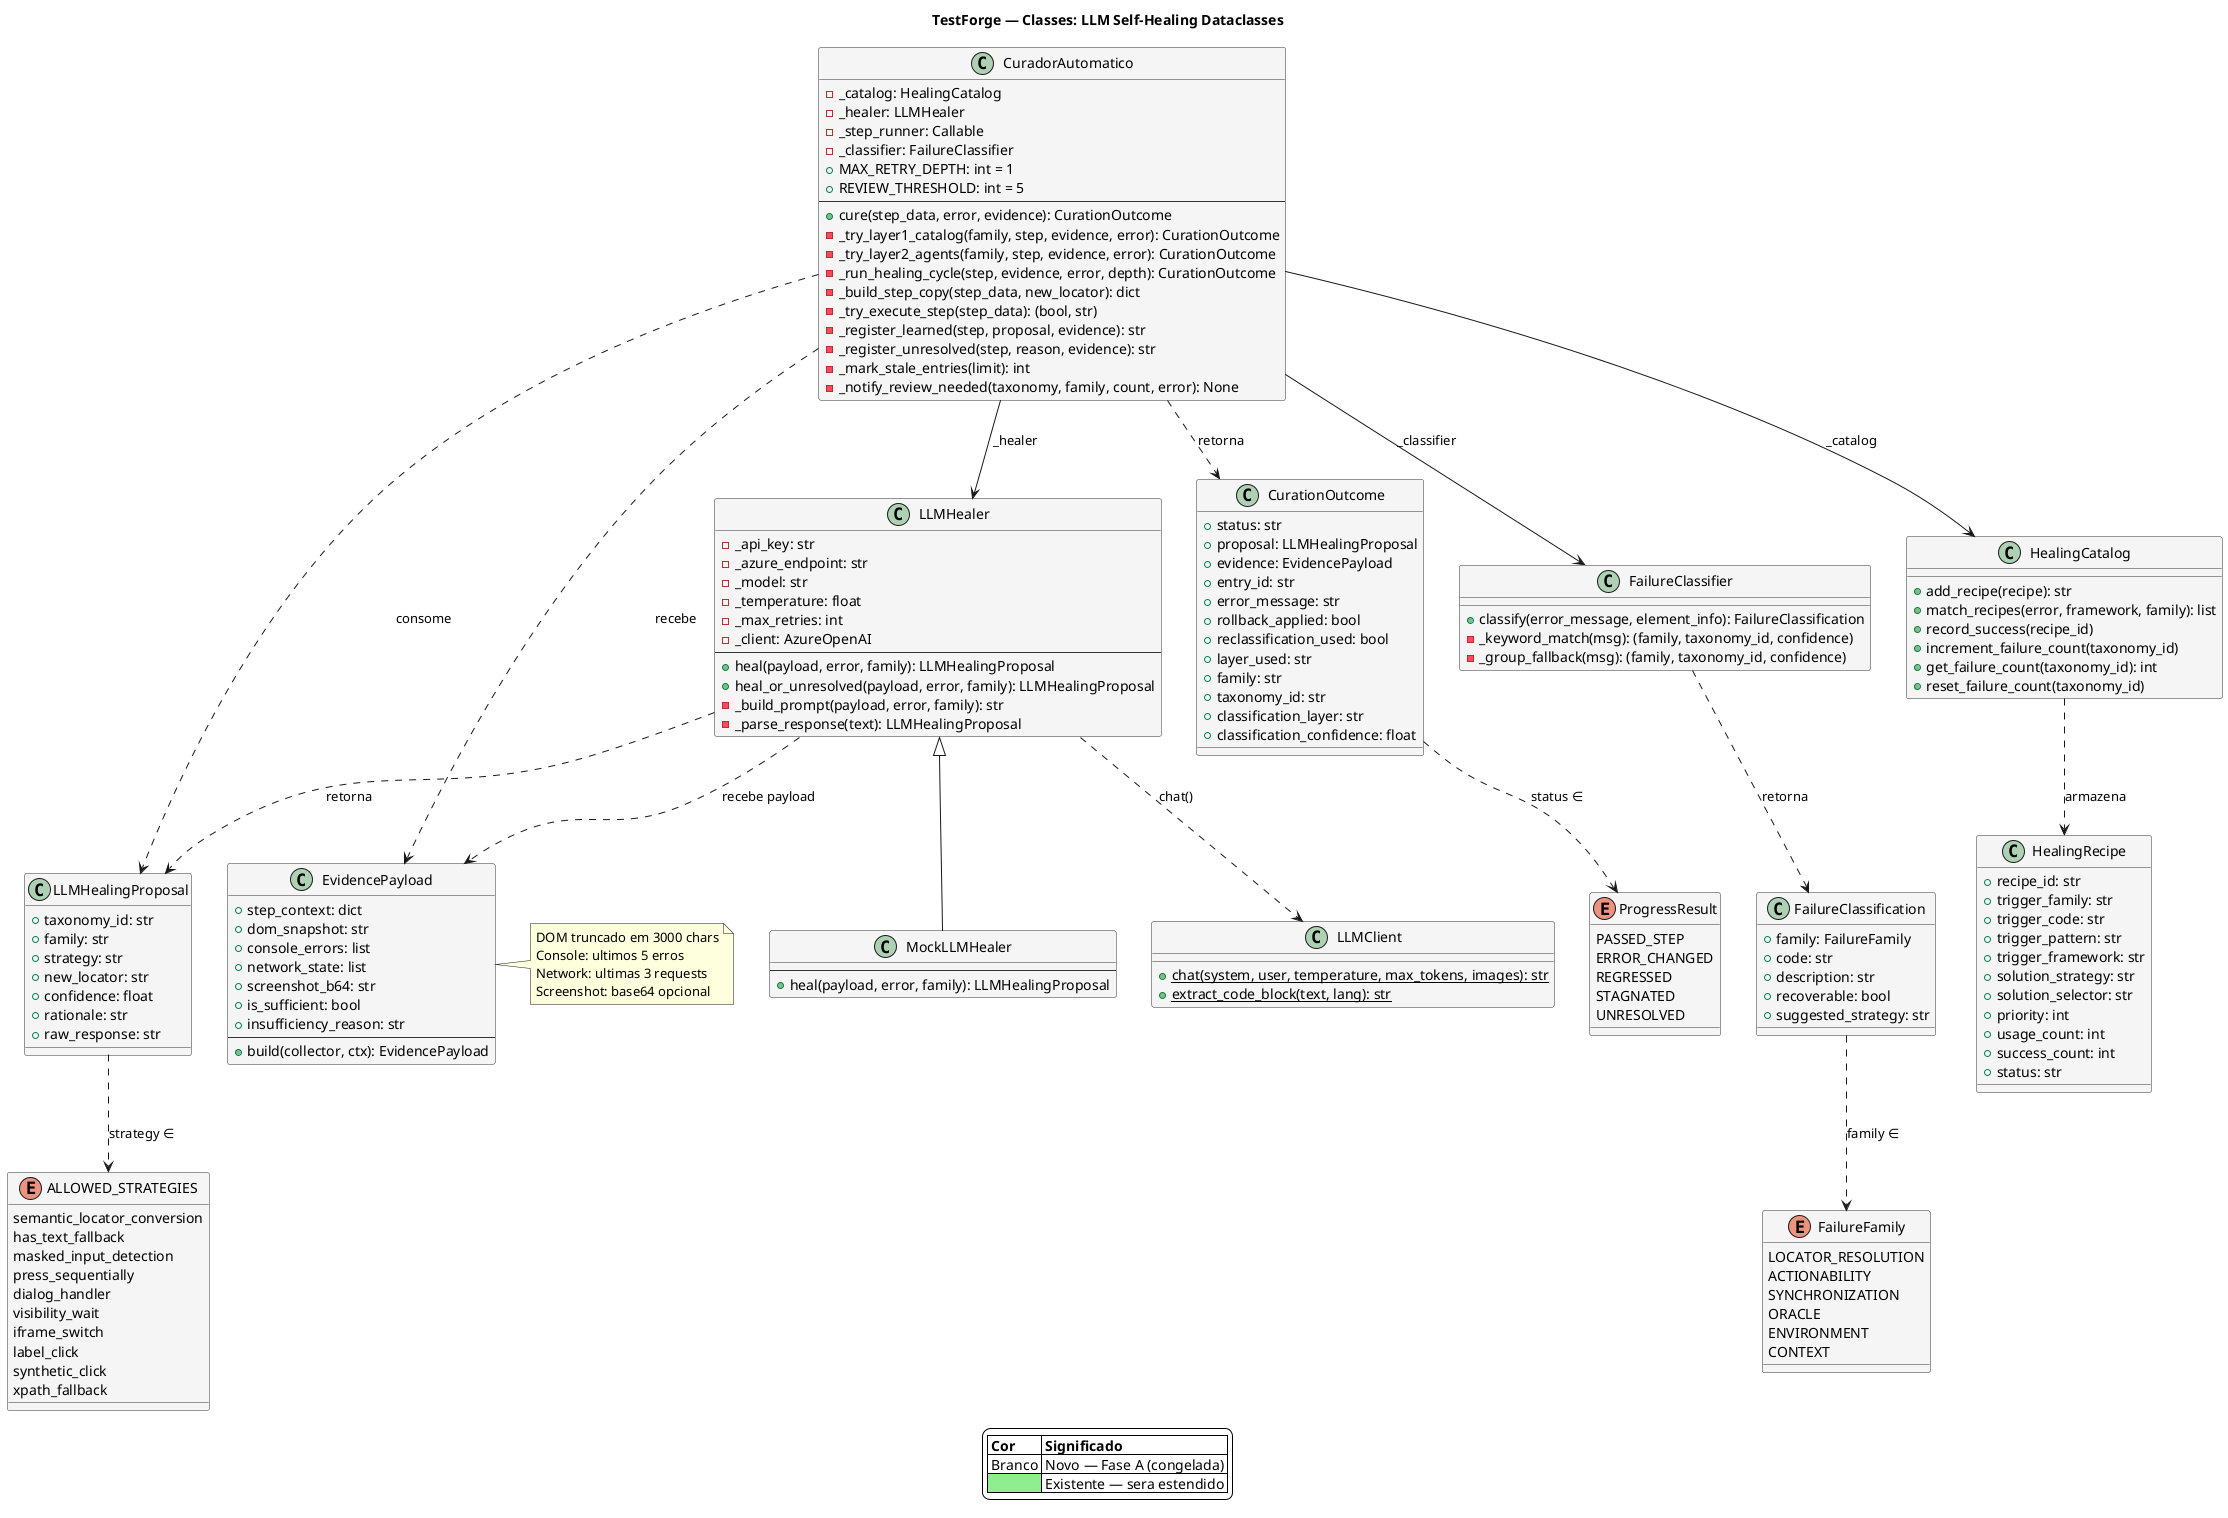
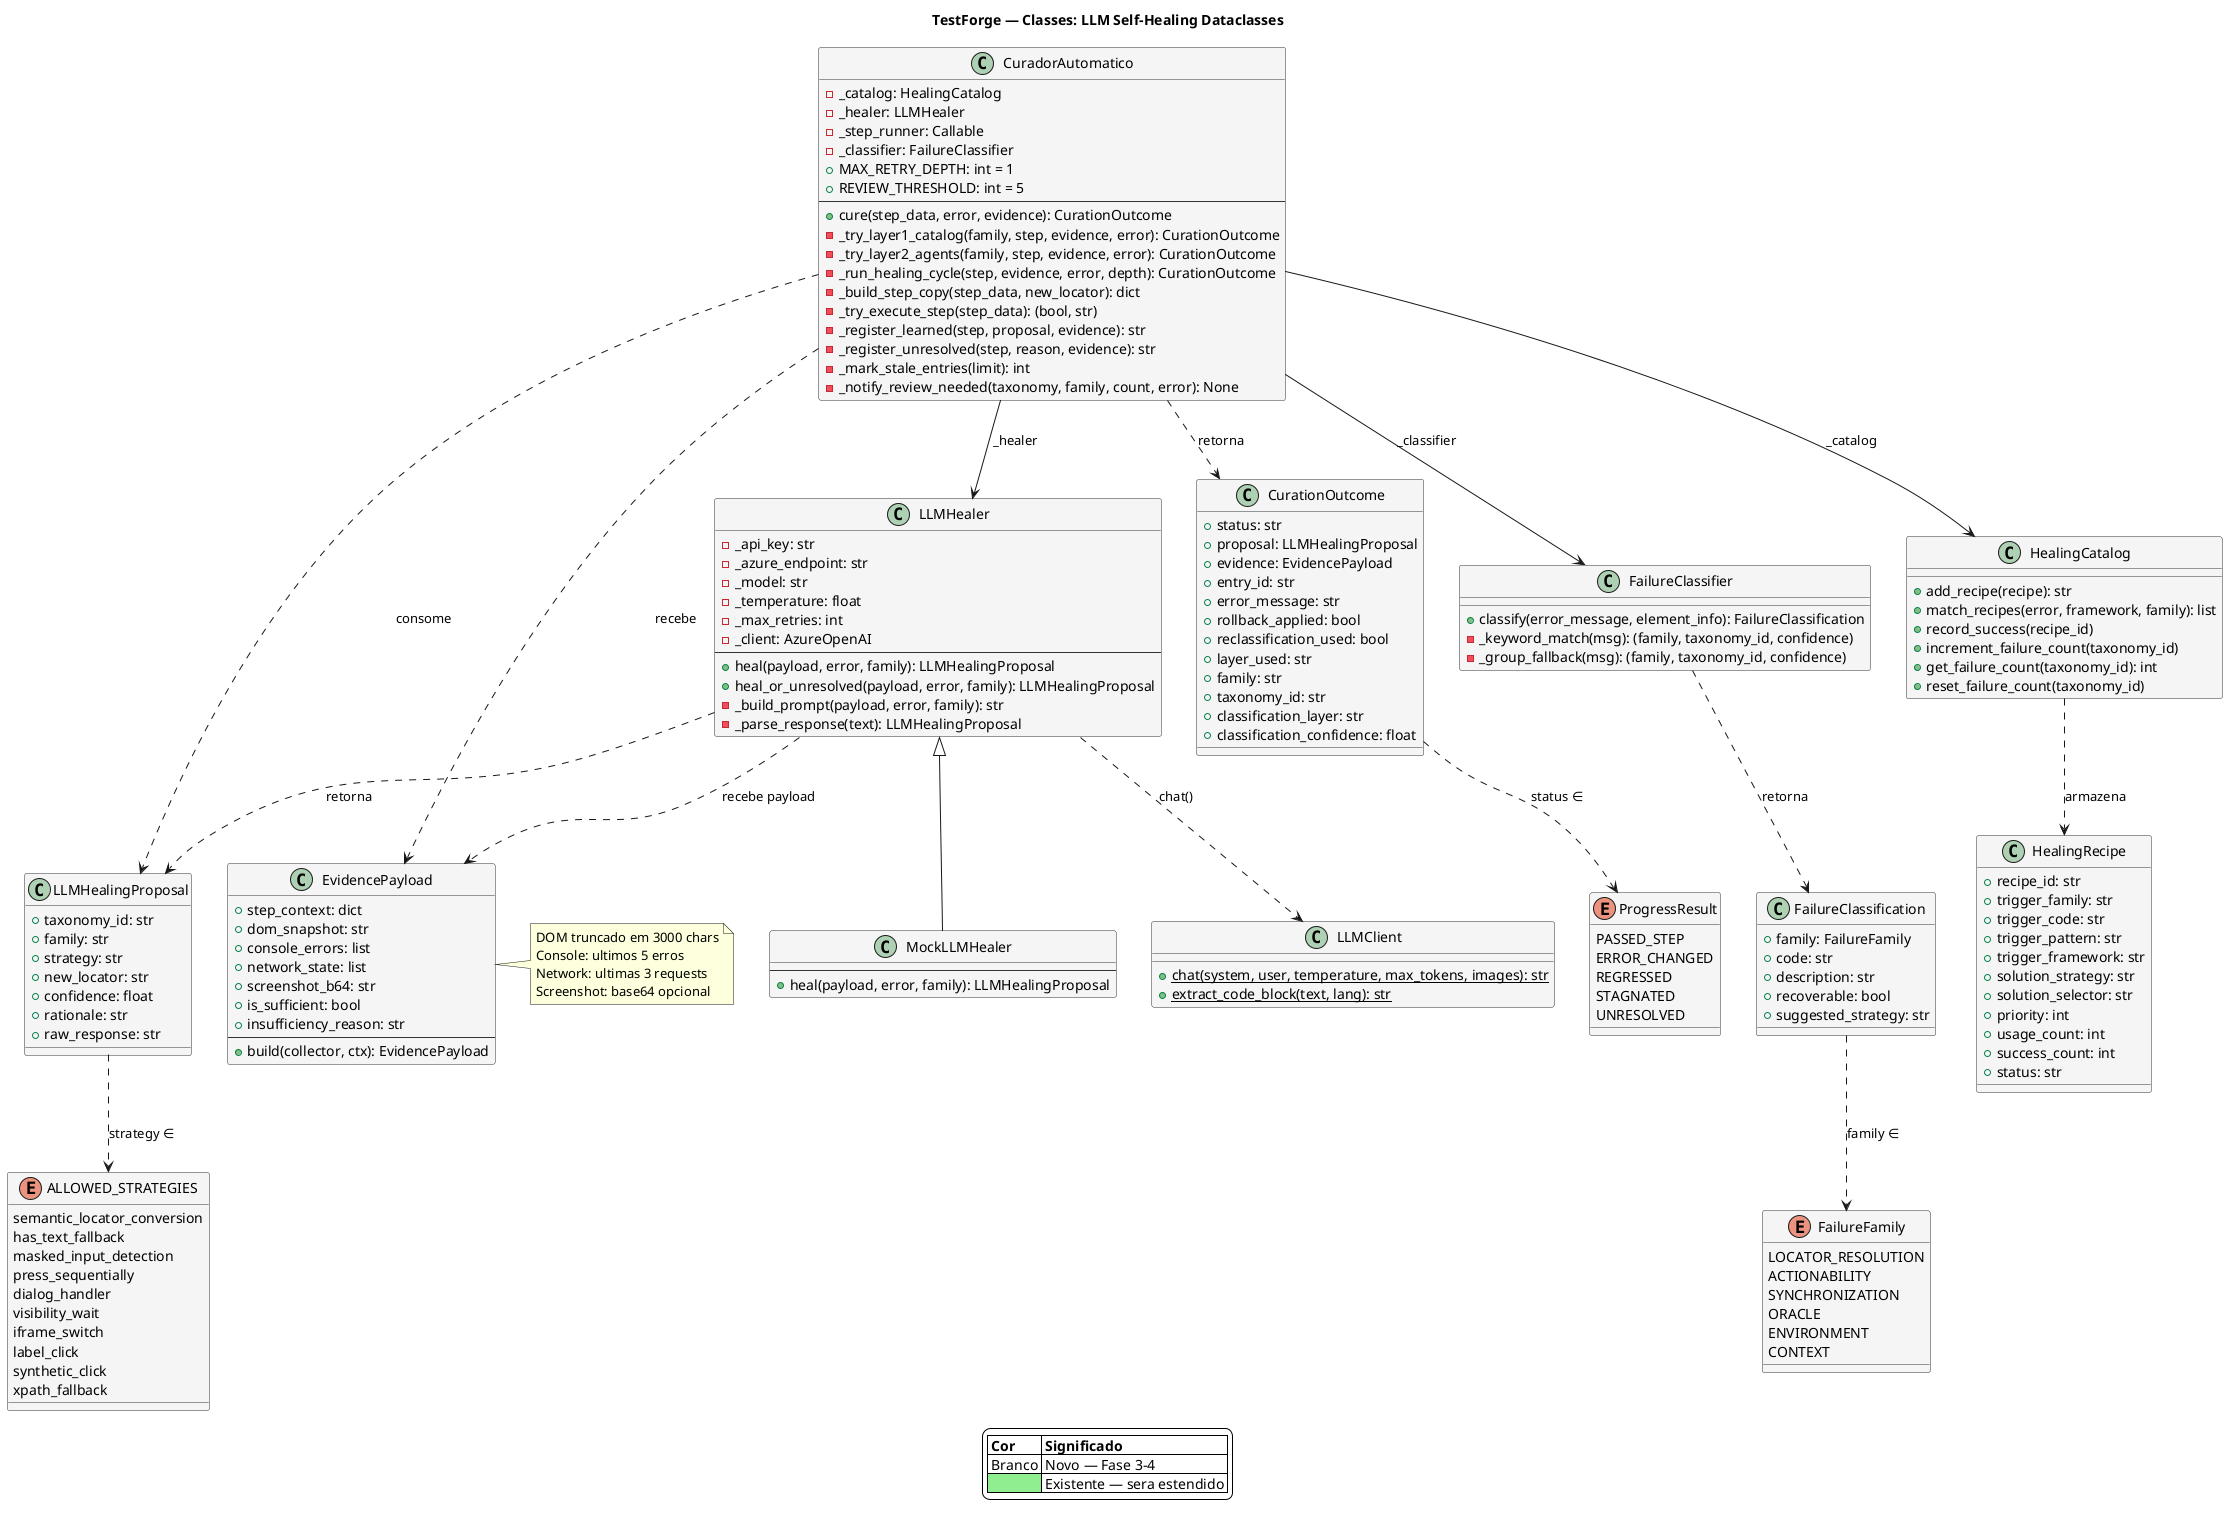
@startuml
title TestForge — Classes: LLM Self-Healing Dataclasses

skinparam backgroundColor #FFFFFF
skinparam classBackgroundColor #F5F5F5
skinparam classBorderColor #333333

' === L3 Core Dataclasses ===

class LLMHealingProposal {
  + taxonomy_id: str
  + family: str
  + strategy: str
  + new_locator: str
  + confidence: float
  + rationale: str
  + raw_response: str
}

enum ALLOWED_STRATEGIES {
  semantic_locator_conversion
  has_text_fallback
  masked_input_detection
  press_sequentially
  dialog_handler
  visibility_wait
  iframe_switch
  label_click
  synthetic_click
  xpath_fallback
}

LLMHealingProposal ..> ALLOWED_STRATEGIES : "strategy ∈"

class EvidencePayload {
  + step_context: dict
  + dom_snapshot: str
  + console_errors: list
  + network_state: list
  + screenshot_b64: str
  + is_sufficient: bool
  + insufficiency_reason: str
  --
  + build(collector, ctx): EvidencePayload
}

note right of EvidencePayload
  DOM truncado em 3000 chars
  Console: ultimos 5 erros
  Network: ultimas 3 requests
  Screenshot: base64 opcional
end note

' === Curador ===

class CuradorAutomatico {
  - _catalog: HealingCatalog
  - _healer: LLMHealer
  - _step_runner: Callable
  - _classifier: FailureClassifier
  + MAX_RETRY_DEPTH: int = 1
  + REVIEW_THRESHOLD: int = 5
  --
  + cure(step_data, error, evidence): CurationOutcome
  - _try_layer1_catalog(family, step, evidence, error): CurationOutcome
  - _try_layer2_agents(family, step, evidence, error): CurationOutcome
  - _run_healing_cycle(step, evidence, error, depth): CurationOutcome
  - _build_step_copy(step_data, new_locator): dict
  - _try_execute_step(step_data): (bool, str)
  - _register_learned(step, proposal, evidence): str
  - _register_unresolved(step, reason, evidence): str
  - _mark_stale_entries(limit): int
  - _notify_review_needed(taxonomy, family, count, error): None
}

class CurationOutcome {
  + status: str
  + proposal: LLMHealingProposal
  + evidence: EvidencePayload
  + entry_id: str
  + error_message: str
  + rollback_applied: bool
  + reclassification_used: bool
  + layer_used: str
  + family: str
  + taxonomy_id: str
  + classification_layer: str
  + classification_confidence: float
}

enum ProgressResult {
  PASSED_STEP
  ERROR_CHANGED
  REGRESSED
  STAGNATED
  UNRESOLVED
}

CurationOutcome ..> ProgressResult : "status ∈"
CuradorAutomatico ..> CurationOutcome : "retorna"
CuradorAutomatico ..> LLMHealingProposal : "consome"
CuradorAutomatico ..> EvidencePayload : "recebe"

' === LLM Healer ===

class LLMHealer {
  - _api_key: str
  - _azure_endpoint: str
  - _model: str
  - _temperature: float
  - _max_retries: int
  - _client: AzureOpenAI
  --
  + heal(payload, error, family): LLMHealingProposal
  + heal_or_unresolved(payload, error, family): LLMHealingProposal
  - _build_prompt(payload, error, family): str
  - _parse_response(text): LLMHealingProposal
}

class MockLLMHealer {
  --
  + heal(payload, error, family): LLMHealingProposal
}

LLMHealer <|-- MockLLMHealer
LLMHealer ..> EvidencePayload : "recebe payload"
LLMHealer ..> LLMHealingProposal : "retorna"
CuradorAutomatico --> LLMHealer : "_healer"

' === Taxonomy ===

class FailureClassifier {
  + classify(error_message, element_info): FailureClassification
  - _keyword_match(msg): (family, taxonomy_id, confidence)
  - _group_fallback(msg): (family, taxonomy_id, confidence)
}

class FailureClassification {
  + family: FailureFamily
  + code: str
  + description: str
  + recoverable: bool
  + suggested_strategy: str
}

enum FailureFamily {
  LOCATOR_RESOLUTION
  ACTIONABILITY
  SYNCHRONIZATION
  ORACLE
  ENVIRONMENT
  CONTEXT
}

FailureClassifier ..> FailureClassification : "retorna"
FailureClassification ..> FailureFamily : "family ∈"
CuradorAutomatico --> FailureClassifier : "_classifier"

' === Catalog ===

class HealingCatalog {
  + add_recipe(recipe): str
  + match_recipes(error, framework, family): list
  + record_success(recipe_id)
  + increment_failure_count(taxonomy_id)
  + get_failure_count(taxonomy_id): int
  + reset_failure_count(taxonomy_id)
}

class HealingRecipe {
  + recipe_id: str
  + trigger_family: str
  + trigger_code: str
  + trigger_pattern: str
  + trigger_framework: str
  + solution_strategy: str
  + solution_selector: str
  + priority: int
  + usage_count: int
  + success_count: int
  + status: str
}

HealingCatalog ..> HealingRecipe : "armazena"
CuradorAutomatico --> HealingCatalog : "_catalog"

' === LLM Client ===

class LLMClient {
  + {static} chat(system, user, temperature, max_tokens, images): str
  + {static} extract_code_block(text, lang): str
}

LLMHealer ..> LLMClient : "chat()"

' === Legend ===

legend bottom
  |= Cor |= Significado |
-   | Branco | Novo — Fase A (congelada) |
+   | Branco | Novo — Fase 3-4 |
  | <#LightGreen> | Existente — sera estendido |
endlegend

@enduml
